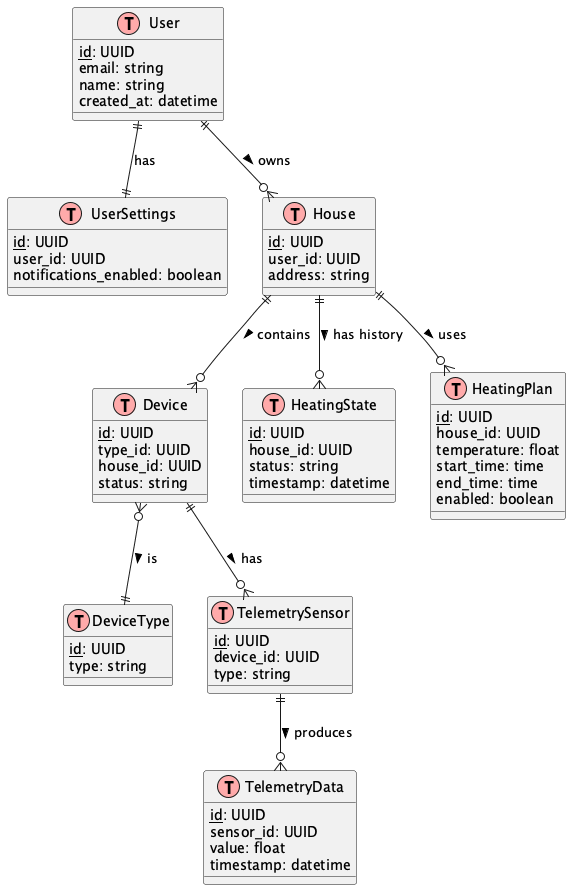
Above: docs/diagrams/Warmhouse_ER.png in vladislavego/architecture-warmhouse (PlantUML), before the change. Source of this version:
```plantuml
@startuml Warmhouse_ER
!define table(x) class x as "x" << (T,#FFAAAA) >>
!define primary_key(x) <u>x</u>

table(User) {
  primary_key(id): UUID
  email: string
  name: string
  created_at: datetime
}

table(UserSettings) {
  primary_key(id): UUID
  user_id: UUID
  notifications_enabled: boolean
}

User ||--|| UserSettings : "has"

table(House) {
  primary_key(id): UUID
  user_id: UUID
  address: string
}

table(Device) {
  primary_key(id): UUID
  type_id: UUID
  house_id: UUID
  status: string
}

table(DeviceType) {
  primary_key(id): UUID
  type: string
}

User ||--o{ House : "owns >"
House ||--o{ Device : "contains >"
Device }o--|| DeviceType : "is >"

table(TelemetrySensor) {
  primary_key(id): UUID
  device_id: UUID
  type: string
}

table(TelemetryData) {
  primary_key(id): UUID
  sensor_id: UUID
  value: float
  timestamp: datetime
}

Device ||--o{ TelemetrySensor : "has >"
TelemetrySensor ||--o{ TelemetryData : "produces >"

table(HeatingState) {
  primary_key(id): UUID
  house_id: UUID
  status: string
  timestamp: datetime
}

table(HeatingPlan) {
  primary_key(id): UUID
  house_id: UUID
  temperature: float
  start_time: time
  end_time: time
  enabled: boolean
}

House ||--o{ HeatingState : "has history >"
House ||--o{ HeatingPlan : "uses >"

@enduml
```
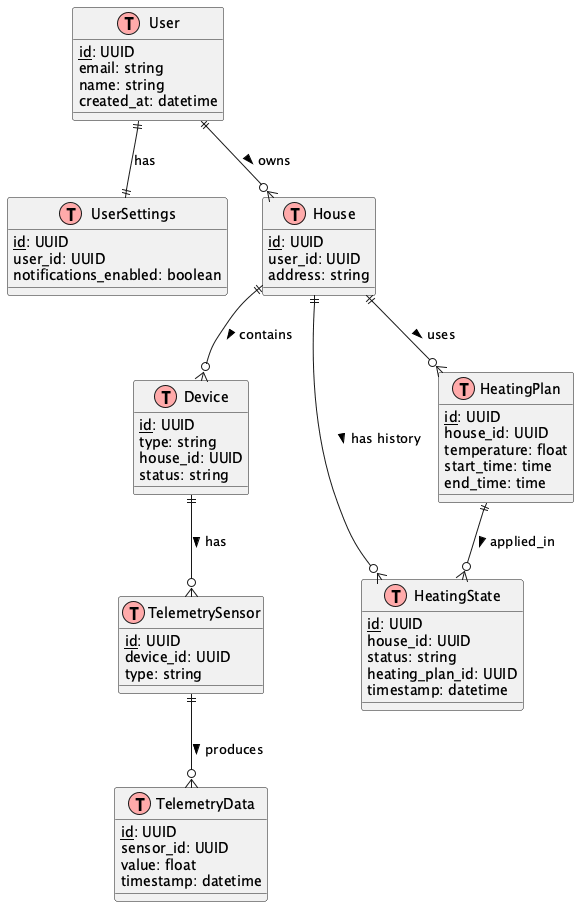
The same diagram one commit later.

The edit, as a diff of the source:
```diff
@@ -25,19 +25,13 @@
 
 table(Device) {
   primary_key(id): UUID
-  type_id: UUID
+  type: string
   house_id: UUID
   status: string
 }
 
-table(DeviceType) {
-  primary_key(id): UUID
-  type: string
-}
-
 User ||--o{ House : "owns >"
 House ||--o{ Device : "contains >"
-Device }o--|| DeviceType : "is >"
 
 table(TelemetrySensor) {
   primary_key(id): UUID
@@ -59,6 +53,7 @@
   primary_key(id): UUID
   house_id: UUID
   status: string
+  heating_plan_id: UUID
   timestamp: datetime
 }
 
@@ -68,10 +63,10 @@
   temperature: float
   start_time: time
   end_time: time
-  enabled: boolean
 }
 
 House ||--o{ HeatingState : "has history >"
 House ||--o{ HeatingPlan : "uses >"
+HeatingPlan ||--o{ HeatingState: "applied_in >"
 
 @enduml
```
